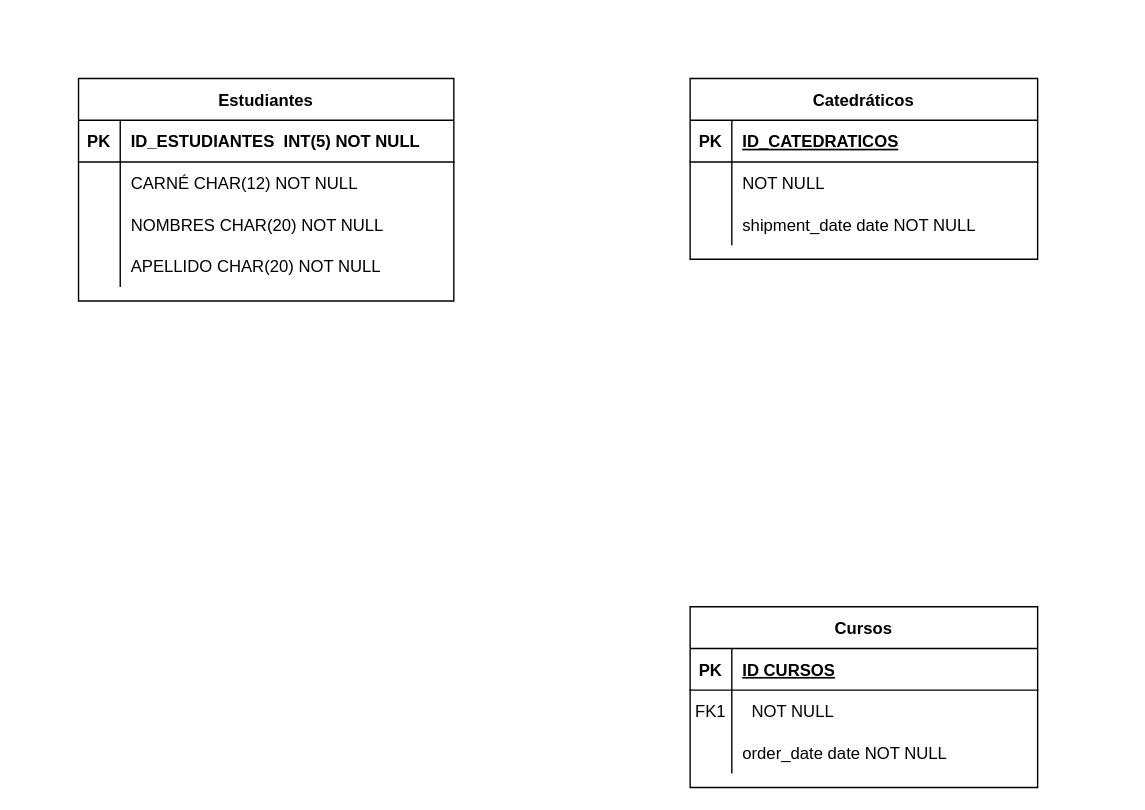
The draw.io diagram Untitled Diagram.drawio in BlackBidul/Diagrama-ER, before the edit. Source tidied: cells renumbered, new cells numbered last; positions are measured from the earlier drawing's top-left corner, leaving out a move shared by most shapes. Both pictures are drawn from the tidied source at 139%, with x=0, y=0 at pixel (78, 78).
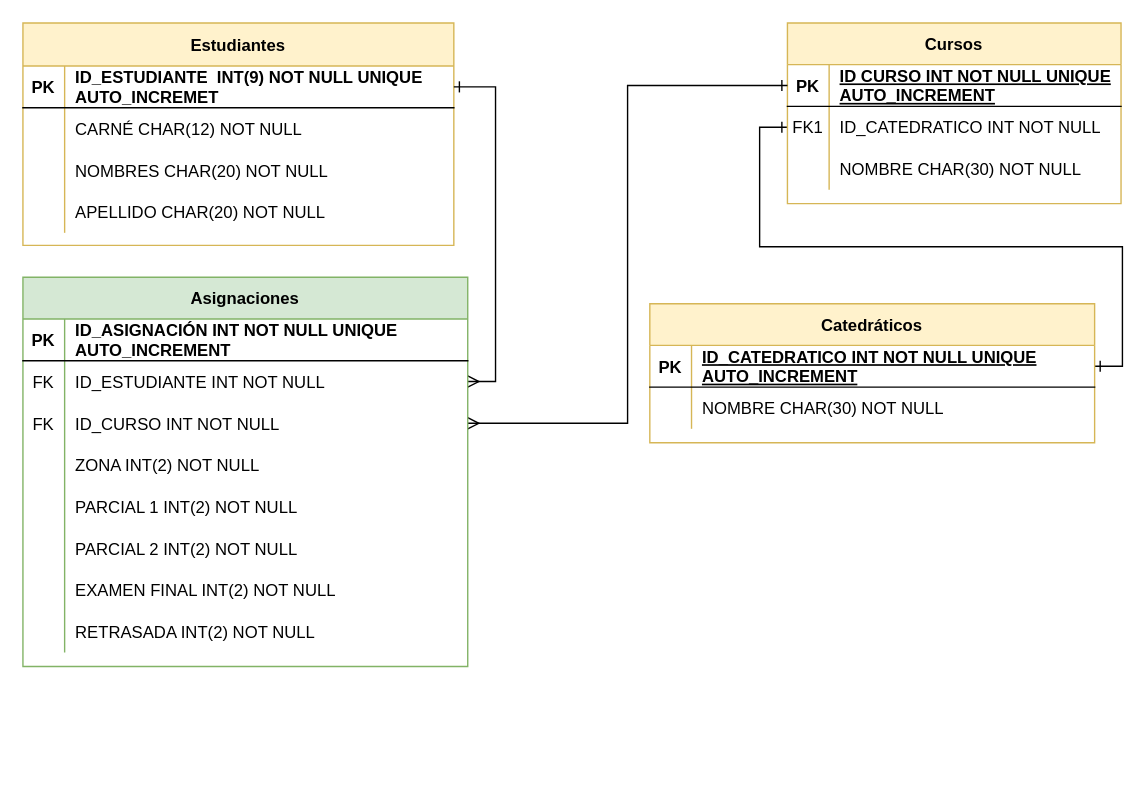
The same diagram, later.

What changed in the source:
```diff
@@
+    <mxCell id="35" style="edgeStyle=orthogonalEdgeStyle;rounded=0;jettySize=auto;html=1;entryX=0;entryY=0.5;entryDx=0;entryDy=0;endArrow=ERone;endFill=0;startArrow=ERone;startFill=0;" parent="1" edge="1" source="16" target="29">
+      <mxGeometry relative="1" as="geometry" />
+    </mxCell>
+    <mxCell id="25" value="Cursos" style="shape=table;startSize=30;childLayout=tableLayout;rowLines=0;fontStyle=1;align=center;fillColor=#fff2cc;strokeColor=#d6b656;" parent="1" vertex="1">
+      <mxGeometry x="510" y="-40" width="240" height="130" as="geometry" />
+    </mxCell>
+    <mxCell id="26" style="shape=partialRectangle;fillColor=none;points=[[0,0.5],[1,0.5]];portConstraint=eastwest;top=0;left=0;right=0;bottom=1;" parent="25" vertex="1">
+      <mxGeometry y="30" width="240" height="30" as="geometry" />
+    </mxCell>
+    <mxCell id="27" value="PK" style="shape=partialRectangle;overflow=hidden;fillColor=none;top=0;left=0;bottom=0;right=0;fontStyle=1;" parent="26" vertex="1">
+      <mxGeometry width="30" height="30" as="geometry" />
+    </mxCell>
+    <mxCell id="28" value="ID CURSO INT NOT NULL UNIQUE&#10;AUTO_INCREMENT" style="shape=partialRectangle;overflow=hidden;fillColor=none;top=0;left=0;bottom=0;right=0;align=left;spacingLeft=6;fontStyle=5;" parent="26" vertex="1">
+      <mxGeometry x="30" width="210" height="30" as="geometry" />
+    </mxCell>
+    <mxCell id="29" style="shape=partialRectangle;fillColor=none;points=[[0,0.5],[1,0.5]];portConstraint=eastwest;top=0;left=0;right=0;bottom=0;" parent="25" vertex="1">
+      <mxGeometry y="60" width="240" height="30" as="geometry" />
+    </mxCell>
+    <mxCell id="30" value="FK1" style="shape=partialRectangle;overflow=hidden;fillColor=none;top=0;left=0;bottom=0;right=0;" parent="29" vertex="1">
+      <mxGeometry width="30" height="30" as="geometry" />
+    </mxCell>
+    <mxCell id="31" value="ID_CATEDRATICO INT NOT NULL" style="shape=partialRectangle;overflow=hidden;fillColor=none;top=0;left=0;bottom=0;right=0;align=left;spacingLeft=6;" parent="29" vertex="1">
+      <mxGeometry x="30" width="210" height="30" as="geometry" />
+    </mxCell>
+    <mxCell id="32" style="shape=partialRectangle;fillColor=none;top=0;left=0;right=0;bottom=0;" parent="25" vertex="1">
+      <mxGeometry y="90" width="240" height="30" as="geometry" />
+    </mxCell>
+    <mxCell id="33" style="shape=partialRectangle;overflow=hidden;fillColor=none;top=0;left=0;bottom=0;right=0;" parent="32" vertex="1">
+      <mxGeometry width="30" height="30" as="geometry" />
+    </mxCell>
+    <mxCell id="34" value="NOMBRE CHAR(30) NOT NULL" style="shape=partialRectangle;overflow=hidden;fillColor=none;top=0;left=0;bottom=0;right=0;align=left;spacingLeft=6;" parent="32" vertex="1">
+      <mxGeometry x="30" width="210" height="30" as="geometry" />
+    </mxCell>
-    <mxCell id="2" value="Estudiantes" style="shape=table;startSize=30;childLayout=tableLayout;rowLines=0;fontStyle=1;align=center;" parent="1" vertex="1">
-      <mxGeometry width="270" height="160" as="geometry" />
+    <mxCell id="2" value="Estudiantes" style="shape=table;startSize=31;childLayout=tableLayout;rowLines=0;fontStyle=1;align=center;fillColor=#fff2cc;strokeColor=#d6b656;" parent="1" vertex="1">
+      <mxGeometry x="-40" y="-40" width="310" height="160" as="geometry" />
     </mxCell>
     <mxCell id="3" style="shape=partialRectangle;fillColor=none;points=[[0,0.5],[1,0.5]];portConstraint=eastwest;top=0;left=0;right=0;bottom=1;" parent="2" vertex="1">
-      <mxGeometry y="30" width="270" height="30" as="geometry" />
+      <mxGeometry y="31" width="310" height="30" as="geometry" />
     </mxCell>
@@
-    <mxCell id="5" value="ID_ESTUDIANTES  INT(5) NOT NULL" style="shape=partialRectangle;overflow=hidden;fillColor=none;top=0;left=0;bottom=0;right=0;align=left;spacingLeft=6;fontStyle=1;" parent="3" vertex="1">
-      <mxGeometry x="30" width="240" height="30" as="geometry" />
+    <mxCell id="5" value="ID_ESTUDIANTE  INT(9) NOT NULL UNIQUE&#10;AUTO_INCREMET" style="shape=partialRectangle;overflow=hidden;fillColor=none;top=0;left=0;bottom=0;right=0;align=left;spacingLeft=6;fontStyle=1;" parent="3" vertex="1">
+      <mxGeometry x="30" width="280" height="30" as="geometry" />
     </mxCell>
     <mxCell id="6" style="shape=partialRectangle;fillColor=none;top=0;left=0;right=0;bottom=0;" parent="2" vertex="1">
-      <mxGeometry y="60" width="270" height="30" as="geometry" />
+      <mxGeometry y="61" width="310" height="30" as="geometry" />
     </mxCell>
@@
     <mxCell id="8" value="CARNÉ CHAR(12) NOT NULL" style="shape=partialRectangle;overflow=hidden;fillColor=none;top=0;left=0;bottom=0;right=0;align=left;spacingLeft=6;" parent="6" vertex="1">
-      <mxGeometry x="30" width="240" height="30" as="geometry" />
+      <mxGeometry x="30" width="280" height="30" as="geometry" />
     </mxCell>
     <mxCell id="9" style="shape=partialRectangle;fillColor=none;top=0;left=0;right=0;bottom=0;" parent="2" vertex="1">
-      <mxGeometry y="90" width="270" height="30" as="geometry" />
+      <mxGeometry y="91" width="310" height="30" as="geometry" />
     </mxCell>
@@
     <mxCell id="11" value="NOMBRES CHAR(20) NOT NULL" style="shape=partialRectangle;overflow=hidden;fillColor=none;top=0;left=0;bottom=0;right=0;align=left;spacingLeft=6;" parent="9" vertex="1">
-      <mxGeometry x="30" width="240" height="30" as="geometry" />
+      <mxGeometry x="30" width="280" height="30" as="geometry" />
     </mxCell>
     <mxCell id="12" style="shape=partialRectangle;fillColor=none;top=0;left=0;right=0;bottom=0;" parent="2" vertex="1">
-      <mxGeometry y="120" width="270" height="30" as="geometry" />
+      <mxGeometry y="121" width="310" height="30" as="geometry" />
     </mxCell>
@@
     <mxCell id="14" value="APELLIDO CHAR(20) NOT NULL" style="shape=partialRectangle;overflow=hidden;fillColor=none;top=0;left=0;bottom=0;right=0;align=left;spacingLeft=6;" parent="12" vertex="1">
-      <mxGeometry x="30" width="240" height="30" as="geometry" />
+      <mxGeometry x="30" width="280" height="30" as="geometry" />
     </mxCell>
+    <mxCell id="36" style="edgeStyle=orthogonalEdgeStyle;rounded=0;jettySize=auto;html=1;entryX=1;entryY=0.5;entryDx=0;entryDy=0;startArrow=ERone;startFill=0;endArrow=ERmany;endFill=0;" parent="1" edge="1" source="3" target="42">
+      <mxGeometry relative="1" as="geometry" />
+    </mxCell>
+    <mxCell id="37" style="edgeStyle=orthogonalEdgeStyle;rounded=0;jettySize=auto;html=1;entryX=1;entryY=0.5;entryDx=0;entryDy=0;startArrow=ERone;startFill=0;endArrow=ERmany;endFill=0;" parent="1" edge="1" source="26" target="45">
+      <mxGeometry relative="1" as="geometry" />
+    </mxCell>
-    <mxCell id="15" value="Catedráticos" style="shape=table;startSize=30;childLayout=tableLayout;rowLines=0;fontStyle=1;align=center;" parent="1" vertex="1">
-      <mxGeometry x="440" width="250" height="130" as="geometry" />
+    <mxCell id="15" value="Catedráticos" style="shape=table;startSize=30;childLayout=tableLayout;rowLines=0;fontStyle=1;align=center;fillColor=#fff2cc;strokeColor=#d6b656;" parent="1" vertex="1">
+      <mxGeometry x="411" y="162" width="320" height="100" as="geometry" />
     </mxCell>
     <mxCell id="16" style="shape=partialRectangle;fillColor=none;points=[[0,0.5],[1,0.5]];portConstraint=eastwest;top=0;left=0;right=0;bottom=1;" parent="15" vertex="1">
-      <mxGeometry y="30" width="250" height="30" as="geometry" />
+      <mxGeometry y="30" width="320" height="30" as="geometry" />
     </mxCell>
@@
-    <mxCell id="18" value="ID_CATEDRATICOS" style="shape=partialRectangle;overflow=hidden;fillColor=none;top=0;left=0;bottom=0;right=0;align=left;spacingLeft=6;fontStyle=5;" parent="16" vertex="1">
-      <mxGeometry x="30" width="220" height="30" as="geometry" />
+    <mxCell id="18" value="ID_CATEDRATICO INT NOT NULL UNIQUE&#10;AUTO_INCREMENT" style="shape=partialRectangle;overflow=hidden;fillColor=none;top=0;left=0;bottom=0;right=0;align=left;spacingLeft=6;fontStyle=5;" parent="16" vertex="1">
+      <mxGeometry x="30" width="290" height="30" as="geometry" />
     </mxCell>
     <mxCell id="19" style="shape=partialRectangle;fillColor=none;top=0;left=0;right=0;bottom=0;" parent="15" vertex="1">
-      <mxGeometry y="60" width="250" height="30" as="geometry" />
+      <mxGeometry y="60" width="320" height="30" as="geometry" />
     </mxCell>
@@
-    <mxCell id="21" value="NOT NULL" style="shape=partialRectangle;overflow=hidden;fillColor=none;top=0;left=0;bottom=0;right=0;align=left;spacingLeft=6;" parent="19" vertex="1">
-      <mxGeometry x="30" width="220" height="30" as="geometry" />
+    <mxCell id="21" value="NOMBRE CHAR(30) NOT NULL" style="shape=partialRectangle;overflow=hidden;fillColor=none;top=0;left=0;bottom=0;right=0;align=left;spacingLeft=6;" parent="19" vertex="1">
+      <mxGeometry x="30" width="290" height="30" as="geometry" />
     </mxCell>
-    <mxCell id="22" style="shape=partialRectangle;fillColor=none;top=0;left=0;right=0;bottom=0;" parent="15" vertex="1">
-      <mxGeometry y="90" width="250" height="30" as="geometry" />
-    </mxCell>
-    <mxCell id="23" style="shape=partialRectangle;overflow=hidden;fillColor=none;top=0;left=0;bottom=0;right=0;" parent="22" vertex="1">
-      <mxGeometry width="30" height="30" as="geometry" />
-    </mxCell>
-    <mxCell id="24" value="shipment_date date NOT NULL" style="shape=partialRectangle;overflow=hidden;fillColor=none;top=0;left=0;bottom=0;right=0;align=left;spacingLeft=6;" parent="22" vertex="1">
-      <mxGeometry x="30" width="220" height="30" as="geometry" />
-    </mxCell>
-    <mxCell id="25" value="Cursos" style="shape=table;startSize=30;childLayout=tableLayout;rowLines=0;fontStyle=1;align=center;" parent="1" vertex="1">
-      <mxGeometry x="440" y="380" width="250" height="130" as="geometry" />
-    </mxCell>
-    <mxCell id="26" style="shape=partialRectangle;fillColor=none;points=[[0,0.5],[1,0.5]];portConstraint=eastwest;top=0;left=0;right=0;bottom=1;" parent="25" vertex="1">
-      <mxGeometry y="30" width="250" height="30" as="geometry" />
-    </mxCell>
-    <mxCell id="27" value="PK" style="shape=partialRectangle;overflow=hidden;fillColor=none;top=0;left=0;bottom=0;right=0;fontStyle=1;" parent="26" vertex="1">
-      <mxGeometry width="30" height="30" as="geometry" />
-    </mxCell>
-    <mxCell id="28" value="ID CURSOS" style="shape=partialRectangle;overflow=hidden;fillColor=none;top=0;left=0;bottom=0;right=0;align=left;spacingLeft=6;fontStyle=5;" parent="26" vertex="1">
-      <mxGeometry x="30" width="220" height="30" as="geometry" />
-    </mxCell>
-    <mxCell id="29" style="shape=partialRectangle;fillColor=none;points=[[0,0.5],[1,0.5]];portConstraint=eastwest;top=0;left=0;right=0;bottom=0;" parent="25" vertex="1">
-      <mxGeometry y="60" width="250" height="30" as="geometry" />
-    </mxCell>
-    <mxCell id="30" value="FK1" style="shape=partialRectangle;overflow=hidden;fillColor=none;top=0;left=0;bottom=0;right=0;" parent="29" vertex="1">
-      <mxGeometry width="30" height="30" as="geometry" />
-    </mxCell>
-    <mxCell id="31" value="  NOT NULL" style="shape=partialRectangle;overflow=hidden;fillColor=none;top=0;left=0;bottom=0;right=0;align=left;spacingLeft=6;" parent="29" vertex="1">
-      <mxGeometry x="30" width="220" height="30" as="geometry" />
-    </mxCell>
-    <mxCell id="32" style="shape=partialRectangle;fillColor=none;top=0;left=0;right=0;bottom=0;" parent="25" vertex="1">
-      <mxGeometry y="90" width="250" height="30" as="geometry" />
-    </mxCell>
-    <mxCell id="33" style="shape=partialRectangle;overflow=hidden;fillColor=none;top=0;left=0;bottom=0;right=0;" parent="32" vertex="1">
-      <mxGeometry width="30" height="30" as="geometry" />
-    </mxCell>
-    <mxCell id="34" value="order_date date NOT NULL" style="shape=partialRectangle;overflow=hidden;fillColor=none;top=0;left=0;bottom=0;right=0;align=left;spacingLeft=6;" parent="32" vertex="1">
-      <mxGeometry x="30" width="220" height="30" as="geometry" />
-    </mxCell>
+    <mxCell id="38" value="Asignaciones" style="shape=table;startSize=30;childLayout=tableLayout;rowLines=0;fontStyle=1;align=center;fillColor=#d5e8d4;strokeColor=#82b366;" parent="1" vertex="1">
+      <mxGeometry x="-40" y="143" width="320" height="280" as="geometry" />
+    </mxCell>
+    <mxCell id="39" style="shape=partialRectangle;fillColor=none;top=0;left=0;right=0;bottom=1;" parent="38" vertex="1">
+      <mxGeometry y="30" width="320" height="30" as="geometry" />
+    </mxCell>
+    <mxCell id="40" value="PK" style="shape=partialRectangle;overflow=hidden;fillColor=none;top=0;left=0;bottom=0;right=0;fontStyle=1;" parent="39" vertex="1">
+      <mxGeometry width="30" height="30" as="geometry" />
+    </mxCell>
+    <mxCell id="41" value="ID_ASIGNACIÓN INT NOT NULL UNIQUE&#10;AUTO_INCREMENT" style="shape=partialRectangle;overflow=hidden;fillColor=none;top=0;left=0;bottom=0;right=0;align=left;spacingLeft=6;fontStyle=1;" parent="39" vertex="1">
+      <mxGeometry x="30" width="290" height="30" as="geometry" />
+    </mxCell>
+    <mxCell id="42" style="shape=partialRectangle;fillColor=none;points=[[0,0.5],[1,0.5]];portConstraint=eastwest;top=0;left=0;right=0;bottom=0;" parent="38" vertex="1">
+      <mxGeometry y="60" width="320" height="30" as="geometry" />
+    </mxCell>
+    <mxCell id="43" value="FK" style="shape=partialRectangle;overflow=hidden;fillColor=none;top=0;left=0;bottom=0;right=0;" parent="42" vertex="1">
+      <mxGeometry width="30" height="30" as="geometry" />
+    </mxCell>
+    <mxCell id="44" value="ID_ESTUDIANTE INT NOT NULL" style="shape=partialRectangle;overflow=hidden;fillColor=none;top=0;left=0;bottom=0;right=0;align=left;spacingLeft=6;" parent="42" vertex="1">
+      <mxGeometry x="30" width="290" height="30" as="geometry" />
+    </mxCell>
+    <mxCell id="45" style="shape=partialRectangle;fillColor=none;points=[[0,0.5],[1,0.5]];portConstraint=eastwest;top=0;left=0;right=0;bottom=0;" parent="38" vertex="1">
+      <mxGeometry y="90" width="320" height="30" as="geometry" />
+    </mxCell>
+    <mxCell id="46" value="FK" style="shape=partialRectangle;overflow=hidden;fillColor=none;top=0;left=0;bottom=0;right=0;" parent="45" vertex="1">
+      <mxGeometry width="30" height="30" as="geometry" />
+    </mxCell>
+    <mxCell id="47" value="ID_CURSO INT NOT NULL" style="shape=partialRectangle;overflow=hidden;fillColor=none;top=0;left=0;bottom=0;right=0;align=left;spacingLeft=6;" parent="45" vertex="1">
+      <mxGeometry x="30" width="290" height="30" as="geometry" />
+    </mxCell>
+    <mxCell id="48" style="shape=partialRectangle;fillColor=none;top=0;left=0;right=0;bottom=0;" parent="38" vertex="1">
+      <mxGeometry y="120" width="320" height="30" as="geometry" />
+    </mxCell>
+    <mxCell id="49" value="&#10;&#10;" style="shape=partialRectangle;overflow=hidden;fillColor=none;top=0;left=0;bottom=0;right=0;" parent="48" vertex="1">
+      <mxGeometry width="30" height="30" as="geometry" />
+    </mxCell>
+    <mxCell id="50" value="ZONA INT(2) NOT NULL" style="shape=partialRectangle;overflow=hidden;fillColor=none;top=0;left=0;bottom=0;right=0;align=left;spacingLeft=6;" parent="48" vertex="1">
+      <mxGeometry x="30" width="290" height="30" as="geometry" />
+    </mxCell>
+    <mxCell id="51" style="shape=partialRectangle;fillColor=none;top=0;left=0;right=0;bottom=0;" parent="38" vertex="1">
+      <mxGeometry y="150" width="320" height="30" as="geometry" />
+    </mxCell>
+    <mxCell id="52" value="&#10;&#10;" style="shape=partialRectangle;overflow=hidden;fillColor=none;top=0;left=0;bottom=0;right=0;" parent="51" vertex="1">
+      <mxGeometry width="30" height="30" as="geometry" />
+    </mxCell>
+    <mxCell id="53" value="PARCIAL 1 INT(2) NOT NULL" style="shape=partialRectangle;overflow=hidden;fillColor=none;top=0;left=0;bottom=0;right=0;align=left;spacingLeft=6;" parent="51" vertex="1">
+      <mxGeometry x="30" width="290" height="30" as="geometry" />
+    </mxCell>
+    <mxCell id="54" style="shape=partialRectangle;fillColor=none;top=0;left=0;right=0;bottom=0;" parent="38" vertex="1">
+      <mxGeometry y="180" width="320" height="30" as="geometry" />
+    </mxCell>
+    <mxCell id="55" value="&#10;&#10;" style="shape=partialRectangle;overflow=hidden;fillColor=none;top=0;left=0;bottom=0;right=0;" parent="54" vertex="1">
+      <mxGeometry width="30" height="30" as="geometry" />
+    </mxCell>
+    <mxCell id="56" value="PARCIAL 2 INT(2) NOT NULL" style="shape=partialRectangle;overflow=hidden;fillColor=none;top=0;left=0;bottom=0;right=0;align=left;spacingLeft=6;" parent="54" vertex="1">
+      <mxGeometry x="30" width="290" height="30" as="geometry" />
+    </mxCell>
+    <mxCell id="57" style="shape=partialRectangle;fillColor=none;top=0;left=0;right=0;bottom=0;" parent="38" vertex="1">
+      <mxGeometry y="210" width="320" height="30" as="geometry" />
+    </mxCell>
+    <mxCell id="58" value="&#10;&#10;" style="shape=partialRectangle;overflow=hidden;fillColor=none;top=0;left=0;bottom=0;right=0;" parent="57" vertex="1">
+      <mxGeometry width="30" height="30" as="geometry" />
+    </mxCell>
+    <mxCell id="59" value="EXAMEN FINAL INT(2) NOT NULL" style="shape=partialRectangle;overflow=hidden;fillColor=none;top=0;left=0;bottom=0;right=0;align=left;spacingLeft=6;" parent="57" vertex="1">
+      <mxGeometry x="30" width="290" height="30" as="geometry" />
+    </mxCell>
+    <mxCell id="60" style="shape=partialRectangle;fillColor=none;top=0;left=0;right=0;bottom=0;" parent="38" vertex="1">
+      <mxGeometry y="240" width="320" height="30" as="geometry" />
+    </mxCell>
+    <mxCell id="61" value="&#10;&#10;" style="shape=partialRectangle;overflow=hidden;fillColor=none;top=0;left=0;bottom=0;right=0;" parent="60" vertex="1">
+      <mxGeometry width="30" height="30" as="geometry" />
+    </mxCell>
+    <mxCell id="62" value="RETRASADA INT(2) NOT NULL" style="shape=partialRectangle;overflow=hidden;fillColor=none;top=0;left=0;bottom=0;right=0;align=left;spacingLeft=6;" parent="60" vertex="1">
+      <mxGeometry x="30" width="290" height="30" as="geometry" />
+    </mxCell>
```
